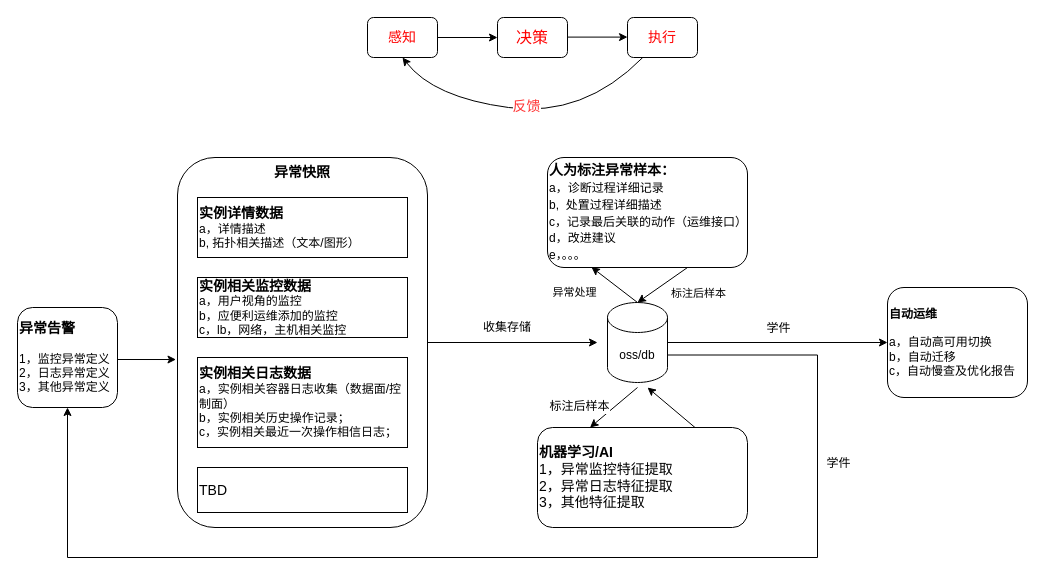
Above: page "异常管理系统概图" (1 of 3) of Untitled Diagram.drawio in zjtheone/read-the-fxxk-code (draw.io), before the change. Source tidied: cells renumbered, new cells numbered last; positions are measured from the earlier drawing's top-left corner, leaving out a move shared by most shapes. Both pictures are drawn from the tidied source at 100%, with x=0, y=0 at pixel (17, 17).
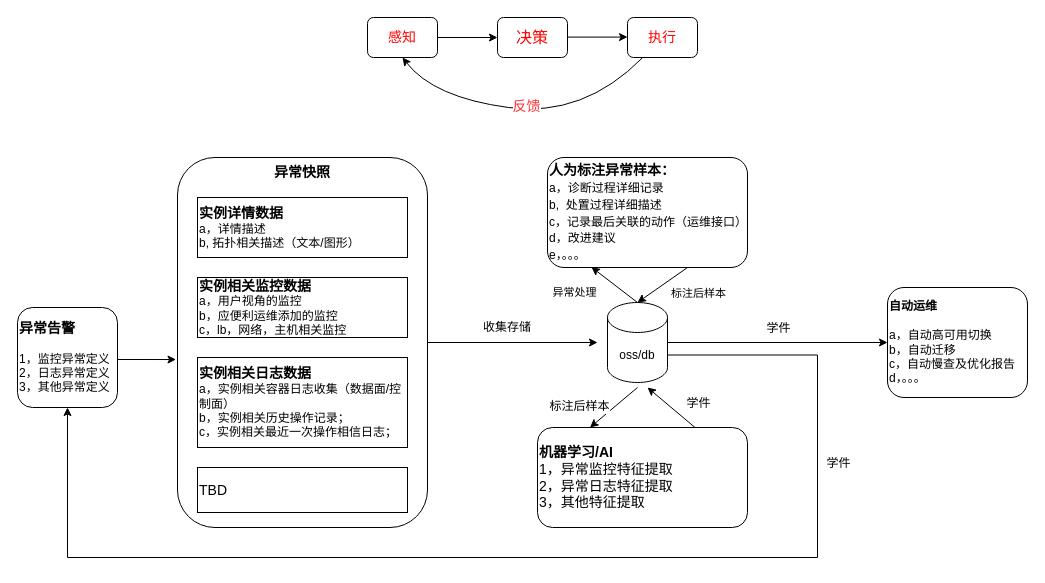
Above is the later version.

Commit message:
异常管理系统.drawio

What changed in the source:
```diff
@@
-    <mxCell id="31" value="&lt;b&gt;自动运维&lt;br&gt;&lt;/b&gt;&lt;br&gt;a，自动高可用切换&lt;br&gt;b，自动迁移&lt;br&gt;c，自动慢查及优化报告" style="rounded=1;whiteSpace=wrap;html=1;fontSize=12;fontColor=#000000;align=left;" parent="1" vertex="1">
+    <mxCell id="31" value="&lt;b&gt;自动运维&lt;br&gt;&lt;/b&gt;&lt;br&gt;a，自动高可用切换&lt;br&gt;b，自动迁移&lt;br&gt;c，自动慢查及优化报告&lt;br&gt;d，。。。" style="rounded=1;whiteSpace=wrap;html=1;fontSize=12;fontColor=#000000;align=left;" parent="1" vertex="1">
       <mxGeometry x="870" y="270" width="140" height="110" as="geometry" />
     </mxCell>
@@
+    <mxCell id="33" value="学件" style="edgeLabel;html=1;align=center;verticalAlign=middle;fontSize=12;" parent="1" vertex="1">
+      <mxGeometry x="680" y="385" as="geometry" />
+    </mxCell>
```
